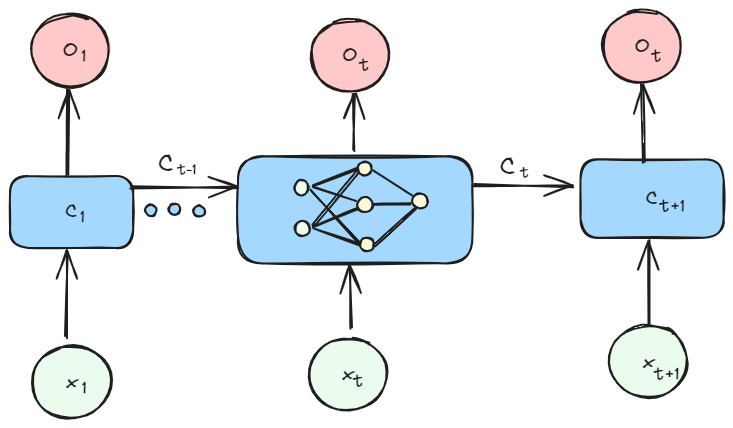
Earlier version of the Excalidraw export diplom/assets/ml/nn/rnn.excalidraw.png (NMashalov/EducationGenerativeModelApplication). Source tidied: one line per element, renumbered; positions are measured from the earlier drawing's top-left corner, leaving out a move shared by most shapes.
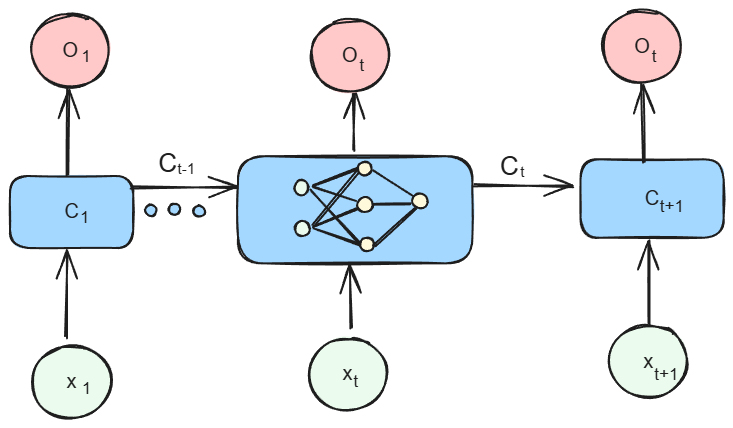
Above is the later version.

Diff of the diagram source:
```diff
@@ -1,9 +1,9 @@
 {"id": 0, "type": "ellipse", "strokeColor": "#1e1e1e", "backgroundColor": "#ebfbee", "fillStyle": "solid", "strokeWidth": 2, "roughness": 1, "round": true, "x": 22, "y": 336, "width": 78, "height": 73}
-{"id": 1, "type": "text", "text": "x", "strokeColor": "#1e1e1e", "backgroundColor": "#a5d8ff", "fillStyle": "solid", "strokeWidth": 2, "roughness": 1, "fontSize": 20, "fontFamily": 1, "textAlign": "center", "verticalAlign": "middle", "inside": 0, "x": 56, "y": 359, "width": 11, "height": 25}
+{"id": 1, "type": "text", "text": "x", "strokeColor": "#1e1e1e", "backgroundColor": "#a5d8ff", "fillStyle": "solid", "strokeWidth": 2, "roughness": 1, "fontSize": 20, "fontFamily": 2, "textAlign": "center", "verticalAlign": "middle", "inside": 0, "x": 56, "y": 360, "width": 10, "height": 23}
 {"id": 2, "type": "ellipse", "strokeColor": "#1e1e1e", "backgroundColor": "#ffc9c9", "fillStyle": "solid", "strokeWidth": 2, "roughness": 1, "round": true, "x": 21, "y": 4, "width": 78, "height": 73}
-{"id": 3, "type": "text", "text": "O", "strokeColor": "#1e1e1e", "backgroundColor": "#a5d8ff", "fillStyle": "solid", "strokeWidth": 2, "roughness": 1, "fontSize": 20, "fontFamily": 1, "textAlign": "center", "verticalAlign": "middle", "inside": 2, "x": 53, "y": 28, "width": 15, "height": 25}
+{"id": 3, "type": "text", "text": "O", "strokeColor": "#1e1e1e", "backgroundColor": "#a5d8ff", "fillStyle": "solid", "strokeWidth": 2, "roughness": 1, "fontSize": 20, "fontFamily": 2, "textAlign": "center", "verticalAlign": "middle", "inside": 2, "x": 52, "y": 29, "width": 16, "height": 23}
 {"id": 4, "type": "rectangle", "strokeColor": "#1e1e1e", "backgroundColor": "#a5d8ff", "fillStyle": "solid", "strokeWidth": 2, "roughness": 1, "round": true, "x": 0, "y": 166, "width": 123, "height": 72}
-{"id": 5, "type": "text", "text": "C", "strokeColor": "#1e1e1e", "backgroundColor": "#a5d8ff", "fillStyle": "solid", "strokeWidth": 2, "roughness": 1, "fontSize": 20, "fontFamily": 1, "textAlign": "center", "verticalAlign": "middle", "inside": 4, "x": 55, "y": 189, "width": 13, "height": 25}
+{"id": 5, "type": "text", "text": "C", "strokeColor": "#1e1e1e", "backgroundColor": "#a5d8ff", "fillStyle": "solid", "strokeWidth": 2, "roughness": 1, "fontSize": 20, "fontFamily": 2, "textAlign": "center", "verticalAlign": "middle", "inside": 4, "x": 54, "y": 190, "width": 14, "height": 23}
 {"id": 6, "type": "arrow", "strokeColor": "#1e1e1e", "backgroundColor": "#a5d8ff", "fillStyle": "solid", "strokeWidth": 2, "roughness": 1, "endArrowhead": "arrow", "round": true, "to": 2, "x": 58, "y": 166, "width": 0, "height": 87, "points": [[0, 0], [0, -87]]}
 {"id": 7, "type": "arrow", "strokeColor": "#1e1e1e", "backgroundColor": "#a5d8ff", "fillStyle": "solid", "strokeWidth": 2, "roughness": 1, "endArrowhead": "arrow", "round": true, "from": 0, "to": 4, "x": 55, "y": 327, "width": 2, "height": 85, "points": [[0, 0], [2, -85]]}
 {"id": 8, "type": "ellipse", "strokeColor": "#1e1e1e", "backgroundColor": "#a5d8ff", "fillStyle": "solid", "strokeWidth": 2, "roughness": 1, "round": true, "x": 135, "y": 195, "width": 11, "height": 11}
@@ -25,31 +25,31 @@
 {"id": 24, "type": "line", "strokeColor": "#1e1e1e", "angle": 1.57, "backgroundColor": "#fff9db", "fillStyle": "solid", "strokeWidth": 2, "roughness": 1, "round": true, "x": 382, "y": 213, "width": 1, "height": 38, "points": [[0, 0], [-1, -38]]}
 {"id": 25, "type": "arrow", "strokeColor": "#1e1e1e", "backgroundColor": "#a5d8ff", "fillStyle": "solid", "strokeWidth": 2, "roughness": 1, "endArrowhead": "arrow", "round": true, "from": 26, "to": 9, "x": 342, "y": 319, "width": 2, "height": 64, "points": [[0, 0], [-2, -64]]}
 {"id": 26, "type": "ellipse", "strokeColor": "#1e1e1e", "backgroundColor": "#ebfbee", "fillStyle": "solid", "strokeWidth": 2, "roughness": 1, "round": true, "x": 298, "y": 328, "width": 78, "height": 73}
-{"id": 27, "type": "text", "text": "x", "strokeColor": "#1e1e1e", "backgroundColor": "#a5d8ff", "fillStyle": "solid", "strokeWidth": 2, "roughness": 1, "fontSize": 20, "fontFamily": 1, "textAlign": "center", "verticalAlign": "middle", "inside": 26, "x": 332, "y": 351, "width": 11, "height": 25}
+{"id": 27, "type": "text", "text": "x", "strokeColor": "#1e1e1e", "backgroundColor": "#a5d8ff", "fillStyle": "solid", "strokeWidth": 2, "roughness": 1, "fontSize": 20, "fontFamily": 2, "textAlign": "center", "verticalAlign": "middle", "inside": 26, "x": 332, "y": 352, "width": 10, "height": 23}
 {"id": 28, "type": "arrow", "strokeColor": "#1e1e1e", "backgroundColor": "#a5d8ff", "fillStyle": "solid", "strokeWidth": 2, "roughness": 1, "endArrowhead": "arrow", "round": true, "from": 15, "to": 43, "x": 344, "y": 141, "width": 0, "height": 59, "points": [[0, 0], [0, -59]]}
 {"id": 29, "type": "ellipse", "strokeColor": "#1e1e1e", "backgroundColor": "#ffc9c9", "fillStyle": "solid", "strokeWidth": 2, "roughness": 1, "round": true, "x": 301, "y": 9, "width": 78, "height": 73}
-{"id": 30, "type": "text", "text": "O", "strokeColor": "#1e1e1e", "backgroundColor": "#a5d8ff", "fillStyle": "solid", "strokeWidth": 2, "roughness": 1, "fontSize": 20, "fontFamily": 1, "textAlign": "center", "verticalAlign": "middle", "inside": 29, "x": 333, "y": 33, "width": 15, "height": 25}
+{"id": 30, "type": "text", "text": "O", "strokeColor": "#1e1e1e", "backgroundColor": "#a5d8ff", "fillStyle": "solid", "strokeWidth": 2, "roughness": 1, "fontSize": 20, "fontFamily": 2, "textAlign": "center", "verticalAlign": "middle", "inside": 29, "x": 332, "y": 34, "width": 16, "height": 23}
-{"id": 31, "type": "text", "text": "1", "strokeColor": "#1e1e1e", "backgroundColor": "#a5d8ff", "fillStyle": "solid", "strokeWidth": 2, "roughness": 1, "fontSize": 17.05, "fontFamily": 1, "x": 71, "y": 37, "width": 5, "height": 21}
+{"id": 31, "type": "text", "text": "1", "strokeColor": "#1e1e1e", "backgroundColor": "#a5d8ff", "fillStyle": "solid", "strokeWidth": 2, "roughness": 1, "fontSize": 17.05, "fontFamily": 2, "x": 71, "y": 37, "width": 9, "height": 20}
-{"id": 32, "type": "text", "text": "1", "strokeColor": "#1e1e1e", "backgroundColor": "#a5d8ff", "fillStyle": "solid", "strokeWidth": 2, "roughness": 1, "fontSize": 17.05, "fontFamily": 1, "x": 72, "y": 369, "width": 5, "height": 21}
+{"id": 32, "type": "text", "text": "1", "strokeColor": "#1e1e1e", "backgroundColor": "#a5d8ff", "fillStyle": "solid", "strokeWidth": 2, "roughness": 1, "fontSize": 17.05, "fontFamily": 2, "x": 72, "y": 369, "width": 9, "height": 20}
-{"id": 33, "type": "text", "text": "t", "strokeColor": "#1e1e1e", "backgroundColor": "#a5d8ff", "fillStyle": "solid", "strokeWidth": 2, "roughness": 1, "fontSize": 17.05, "fontFamily": 1, "x": 344, "y": 362, "width": 10, "height": 21}
+{"id": 33, "type": "text", "text": "t", "strokeColor": "#1e1e1e", "backgroundColor": "#a5d8ff", "fillStyle": "solid", "strokeWidth": 2, "roughness": 1, "fontSize": 17.05, "fontFamily": 2, "x": 344, "y": 362, "width": 5, "height": 20}
-{"id": 34, "type": "text", "text": "1", "strokeColor": "#1e1e1e", "backgroundColor": "#a5d8ff", "fillStyle": "solid", "strokeWidth": 2, "roughness": 1, "fontSize": 17.05, "fontFamily": 1, "x": 70, "y": 198, "width": 5, "height": 21}
+{"id": 34, "type": "text", "text": "1", "strokeColor": "#1e1e1e", "backgroundColor": "#a5d8ff", "fillStyle": "solid", "strokeWidth": 2, "roughness": 1, "fontSize": 17.05, "fontFamily": 2, "x": 70, "y": 198, "width": 9, "height": 20}
 {"id": 35, "type": "ellipse", "strokeColor": "#1e1e1e", "backgroundColor": "#a5d8ff", "fillStyle": "solid", "strokeWidth": 2, "roughness": 1, "round": true, "x": 159, "y": 194, "width": 11, "height": 11}
 {"id": 36, "type": "ellipse", "strokeColor": "#1e1e1e", "backgroundColor": "#a5d8ff", "fillStyle": "solid", "strokeWidth": 2, "roughness": 1, "round": true, "x": 184, "y": 196, "width": 11, "height": 11}
 {"id": 37, "type": "arrow", "strokeColor": "#1e1e1e", "backgroundColor": "#a5d8ff", "fillStyle": "solid", "strokeWidth": 2, "roughness": 1, "endArrowhead": "arrow", "round": true, "to": 9, "x": 121, "y": 177, "width": 106, "height": 0, "points": [[0, 0], [106, 0]]}
-{"id": 38, "type": "text", "text": "C", "strokeColor": "#1e1e1e", "backgroundColor": "#a5d8ff", "fillStyle": "solid", "strokeWidth": 2, "roughness": 1, "fontSize": 26.27, "fontFamily": 1, "x": 148, "y": 138, "width": 17, "height": 33}
+{"id": 38, "type": "text", "text": "C", "strokeColor": "#1e1e1e", "backgroundColor": "#a5d8ff", "fillStyle": "solid", "strokeWidth": 2, "roughness": 1, "fontSize": 26.27, "fontFamily": 2, "x": 148, "y": 138, "width": 19, "height": 30}
-{"id": 39, "type": "text", "text": "t-1", "strokeColor": "#1e1e1e", "backgroundColor": "#a5d8ff", "fillStyle": "solid", "strokeWidth": 2, "roughness": 1, "fontSize": 14.83, "fontFamily": 1, "x": 168, "y": 151, "width": 18, "height": 19}
+{"id": 39, "type": "text", "text": "t-1", "strokeColor": "#1e1e1e", "backgroundColor": "#a5d8ff", "fillStyle": "solid", "strokeWidth": 2, "roughness": 1, "fontSize": 14.83, "fontFamily": 2, "x": 168, "y": 151, "width": 17, "height": 17}
-{"id": 40, "type": "text", "text": "C", "strokeColor": "#1e1e1e", "backgroundColor": "#a5d8ff", "fillStyle": "solid", "strokeWidth": 2, "roughness": 1, "fontSize": 26.27, "fontFamily": 1, "x": 490, "y": 141, "width": 17, "height": 33}
+{"id": 40, "type": "text", "text": "C", "strokeColor": "#1e1e1e", "backgroundColor": "#a5d8ff", "fillStyle": "solid", "strokeWidth": 2, "roughness": 1, "fontSize": 26.27, "fontFamily": 2, "x": 490, "y": 141, "width": 19, "height": 30}
-{"id": 41, "type": "text", "text": "t", "strokeColor": "#1e1e1e", "backgroundColor": "#a5d8ff", "fillStyle": "solid", "strokeWidth": 2, "roughness": 1, "fontSize": 14.83, "fontFamily": 1, "x": 510, "y": 154, "width": 8, "height": 19}
+{"id": 41, "type": "text", "text": "t", "strokeColor": "#1e1e1e", "backgroundColor": "#a5d8ff", "fillStyle": "solid", "strokeWidth": 2, "roughness": 1, "fontSize": 14.83, "fontFamily": 2, "x": 510, "y": 154, "width": 4, "height": 17}
 {"id": 42, "type": "arrow", "strokeColor": "#1e1e1e", "backgroundColor": "#a5d8ff", "fillStyle": "solid", "strokeWidth": 2, "roughness": 1, "endArrowhead": "arrow", "round": true, "from": 9, "to": 44, "x": 464, "y": 175, "width": 99, "height": 2, "points": [[0, 0], [99, 2]]}
-{"id": 43, "type": "text", "text": "t", "strokeColor": "#1e1e1e", "backgroundColor": "#a5d8ff", "fillStyle": "solid", "strokeWidth": 2, "roughness": 1, "fontSize": 17.05, "fontFamily": 1, "x": 350, "y": 46, "width": 10, "height": 21}
+{"id": 43, "type": "text", "text": "t", "strokeColor": "#1e1e1e", "backgroundColor": "#a5d8ff", "fillStyle": "solid", "strokeWidth": 2, "roughness": 1, "fontSize": 17.05, "fontFamily": 2, "x": 350, "y": 46, "width": 5, "height": 20}
 {"id": 44, "type": "rectangle", "strokeColor": "#1e1e1e", "backgroundColor": "#a5d8ff", "fillStyle": "solid", "strokeWidth": 2, "roughness": 1, "round": true, "x": 571, "y": 149, "width": 143, "height": 78}
-{"id": 45, "type": "text", "text": "C", "strokeColor": "#1e1e1e", "backgroundColor": "#a5d8ff", "fillStyle": "solid", "strokeWidth": 2, "roughness": 1, "fontSize": 20, "fontFamily": 1, "textAlign": "center", "verticalAlign": "middle", "inside": 44, "x": 636, "y": 176, "width": 13, "height": 25}
+{"id": 45, "type": "text", "text": "C", "strokeColor": "#1e1e1e", "backgroundColor": "#a5d8ff", "fillStyle": "solid", "strokeWidth": 2, "roughness": 1, "fontSize": 20, "fontFamily": 2, "textAlign": "center", "verticalAlign": "middle", "inside": 44, "x": 635, "y": 177, "width": 14, "height": 23}
-{"id": 46, "type": "text", "text": "t+1", "strokeColor": "#1e1e1e", "backgroundColor": "#a5d8ff", "fillStyle": "solid", "strokeWidth": 2, "roughness": 1, "fontSize": 17.05, "fontFamily": 1, "x": 650, "y": 187, "width": 25, "height": 21}
+{"id": 46, "type": "text", "text": "t+1", "strokeColor": "#1e1e1e", "backgroundColor": "#a5d8ff", "fillStyle": "solid", "strokeWidth": 2, "roughness": 1, "fontSize": 17.05, "fontFamily": 2, "x": 650, "y": 187, "width": 24, "height": 20}
 {"id": 47, "type": "ellipse", "strokeColor": "#1e1e1e", "backgroundColor": "#ebfbee", "fillStyle": "solid", "strokeWidth": 2, "roughness": 1, "round": true, "x": 599, "y": 315, "width": 78, "height": 73}
-{"id": 48, "type": "text", "text": "x", "strokeColor": "#1e1e1e", "backgroundColor": "#a5d8ff", "fillStyle": "solid", "strokeWidth": 2, "roughness": 1, "fontSize": 20, "fontFamily": 1, "textAlign": "center", "verticalAlign": "middle", "inside": 47, "x": 633, "y": 339, "width": 11, "height": 25}
+{"id": 48, "type": "text", "text": "x", "strokeColor": "#1e1e1e", "backgroundColor": "#a5d8ff", "fillStyle": "solid", "strokeWidth": 2, "roughness": 1, "fontSize": 20, "fontFamily": 2, "textAlign": "center", "verticalAlign": "middle", "inside": 47, "x": 633, "y": 340, "width": 10, "height": 23}
 {"id": 49, "type": "arrow", "strokeColor": "#1e1e1e", "backgroundColor": "#a5d8ff", "fillStyle": "solid", "strokeWidth": 2, "roughness": 1, "endArrowhead": "arrow", "round": true, "from": 47, "to": 44, "x": 639, "y": 314, "width": 1, "height": 83, "points": [[0, 0], [1, -83]]}
 {"id": 50, "type": "ellipse", "strokeColor": "#1e1e1e", "backgroundColor": "#ffc9c9", "fillStyle": "solid", "strokeWidth": 2, "roughness": 1, "round": true, "x": 593, "y": 0, "width": 78, "height": 73}
-{"id": 51, "type": "text", "text": "O", "strokeColor": "#1e1e1e", "backgroundColor": "#a5d8ff", "fillStyle": "solid", "strokeWidth": 2, "roughness": 1, "fontSize": 20, "fontFamily": 1, "textAlign": "center", "verticalAlign": "middle", "inside": 50, "x": 625, "y": 24, "width": 15, "height": 25}
+{"id": 51, "type": "text", "text": "O", "strokeColor": "#1e1e1e", "backgroundColor": "#a5d8ff", "fillStyle": "solid", "strokeWidth": 2, "roughness": 1, "fontSize": 20, "fontFamily": 2, "textAlign": "center", "verticalAlign": "middle", "inside": 50, "x": 624, "y": 25, "width": 16, "height": 23}
-{"id": 52, "type": "text", "text": "t", "strokeColor": "#1e1e1e", "backgroundColor": "#a5d8ff", "fillStyle": "solid", "strokeWidth": 2, "roughness": 1, "fontSize": 17.05, "fontFamily": 1, "x": 642, "y": 37, "width": 10, "height": 21}
+{"id": 52, "type": "text", "text": "t", "strokeColor": "#1e1e1e", "backgroundColor": "#a5d8ff", "fillStyle": "solid", "strokeWidth": 2, "roughness": 1, "fontSize": 17.05, "fontFamily": 2, "x": 642, "y": 37, "width": 5, "height": 20}
 {"id": 53, "type": "arrow", "strokeColor": "#1e1e1e", "backgroundColor": "#a5d8ff", "fillStyle": "solid", "strokeWidth": 2, "roughness": 1, "endArrowhead": "arrow", "round": true, "to": 52, "x": 634, "y": 152, "width": 2, "height": 78, "points": [[0, 0], [-2, -78]]}
-{"id": 54, "type": "text", "text": "t+1", "strokeColor": "#1e1e1e", "backgroundColor": "#a5d8ff", "fillStyle": "solid", "strokeWidth": 2, "roughness": 1, "fontSize": 17.05, "fontFamily": 1, "x": 644, "y": 355, "width": 25, "height": 21}
+{"id": 54, "type": "text", "text": "t+1", "strokeColor": "#1e1e1e", "backgroundColor": "#a5d8ff", "fillStyle": "solid", "strokeWidth": 2, "roughness": 1, "fontSize": 17.05, "fontFamily": 2, "x": 644, "y": 355, "width": 24, "height": 20}
```
